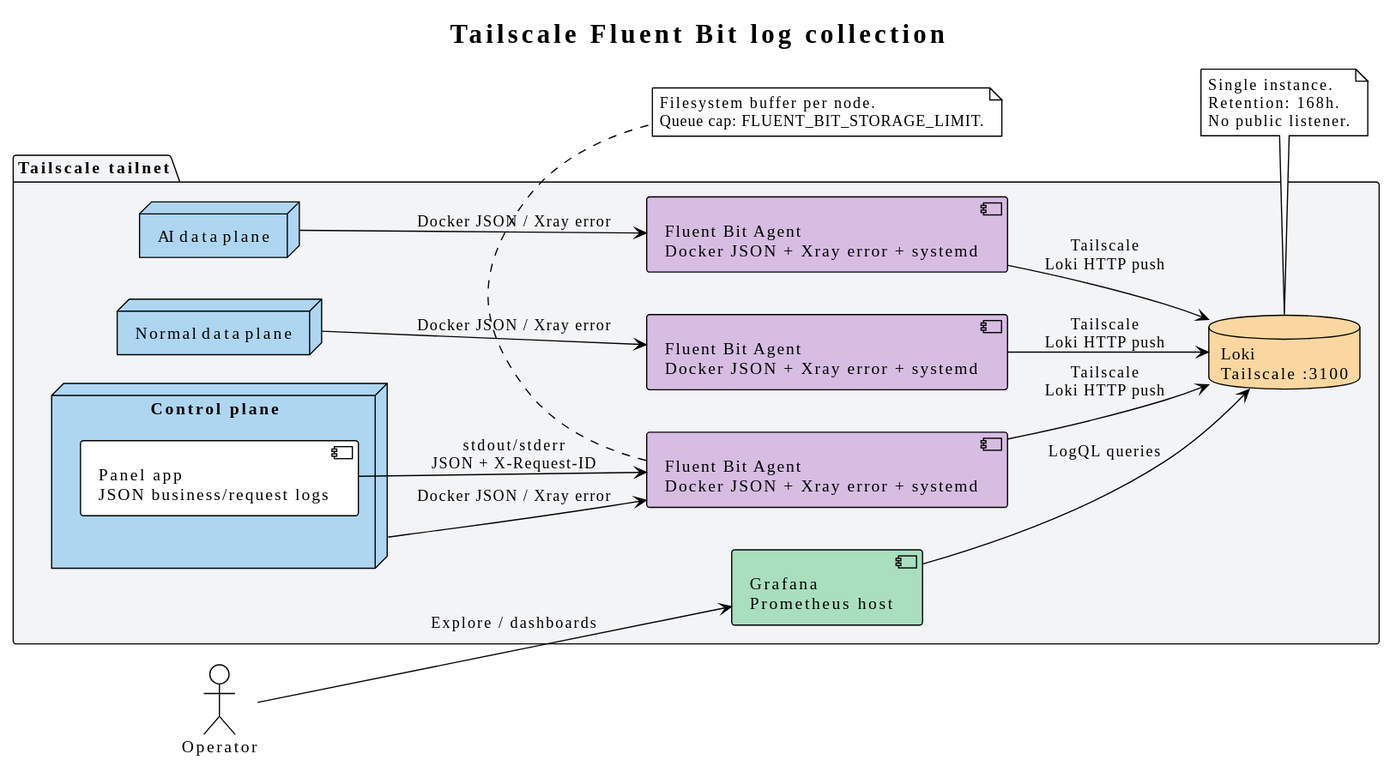
This is docs/diagrams/logging-fluent-bit.svg from i-zrhe2016/ai-routing-panel, a PlantUML export, as it was before one commit.
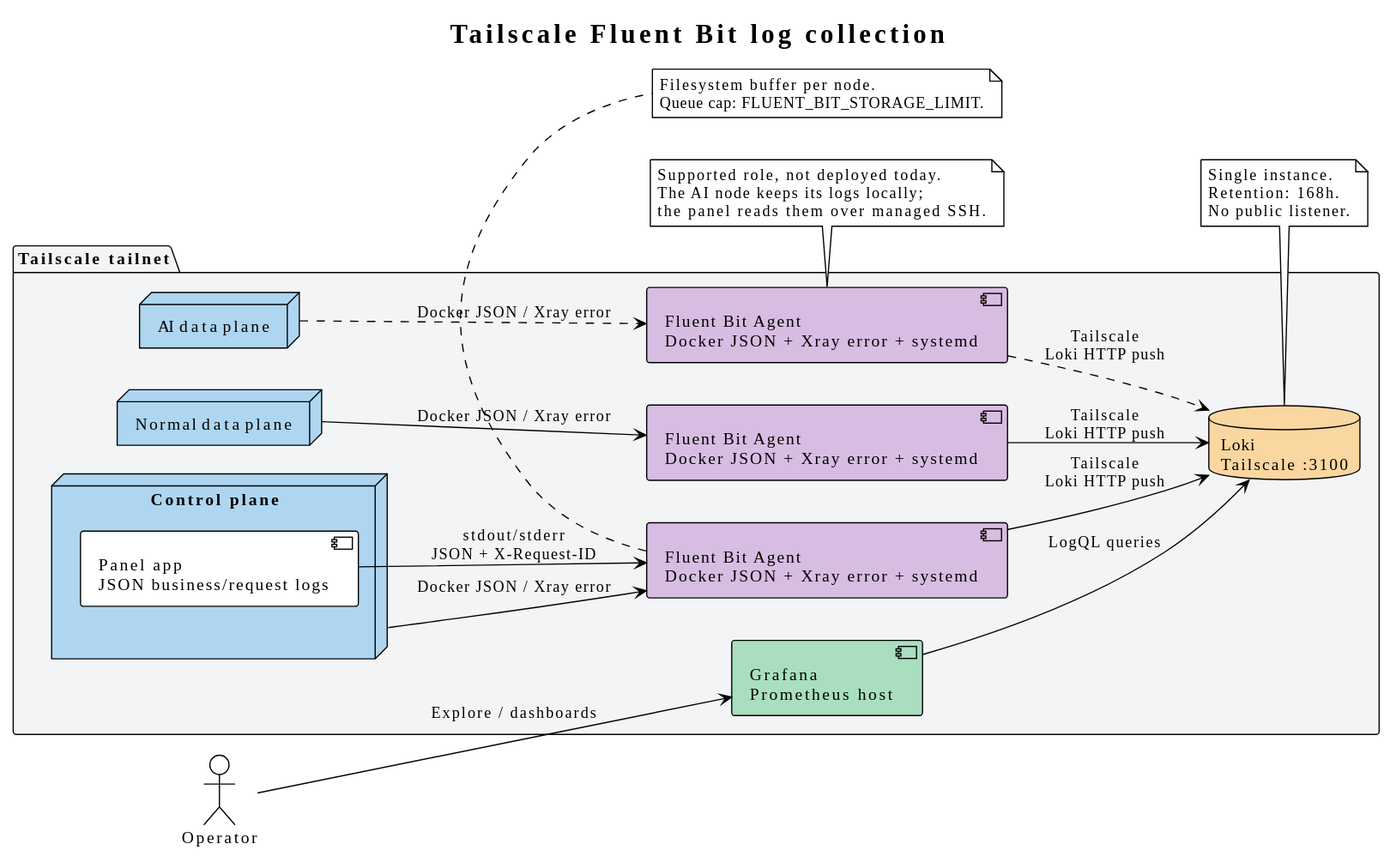
Later version of the same file.

Change to the diagram source:
```diff
@@ -20,12 +20,18 @@
 panel --> fluentbit : stdout/stderr\nJSON + X-Request-ID
 control --> fluentbit : Docker JSON / Xray error
 data --> fluentbit_data : Docker JSON / Xray error
-ai --> fluentbit_ai : Docker JSON / Xray error
+ai ..> fluentbit_ai : Docker JSON / Xray error
 fluentbit --> loki : Tailscale\nLoki HTTP push
 fluentbit_data --> loki : Tailscale\nLoki HTTP push
-fluentbit_ai --> loki : Tailscale\nLoki HTTP push
+fluentbit_ai ..> loki : Tailscale\nLoki HTTP push
 grafana --> loki : LogQL queries
 operator --> grafana : Explore / dashboards
+
+note bottom of fluentbit_ai
+  Supported role, not deployed today.
+  The AI node keeps its logs locally;
+  the panel reads them over managed SSH.
+end note
 
 note bottom of fluentbit
   Filesystem buffer per node.
```
